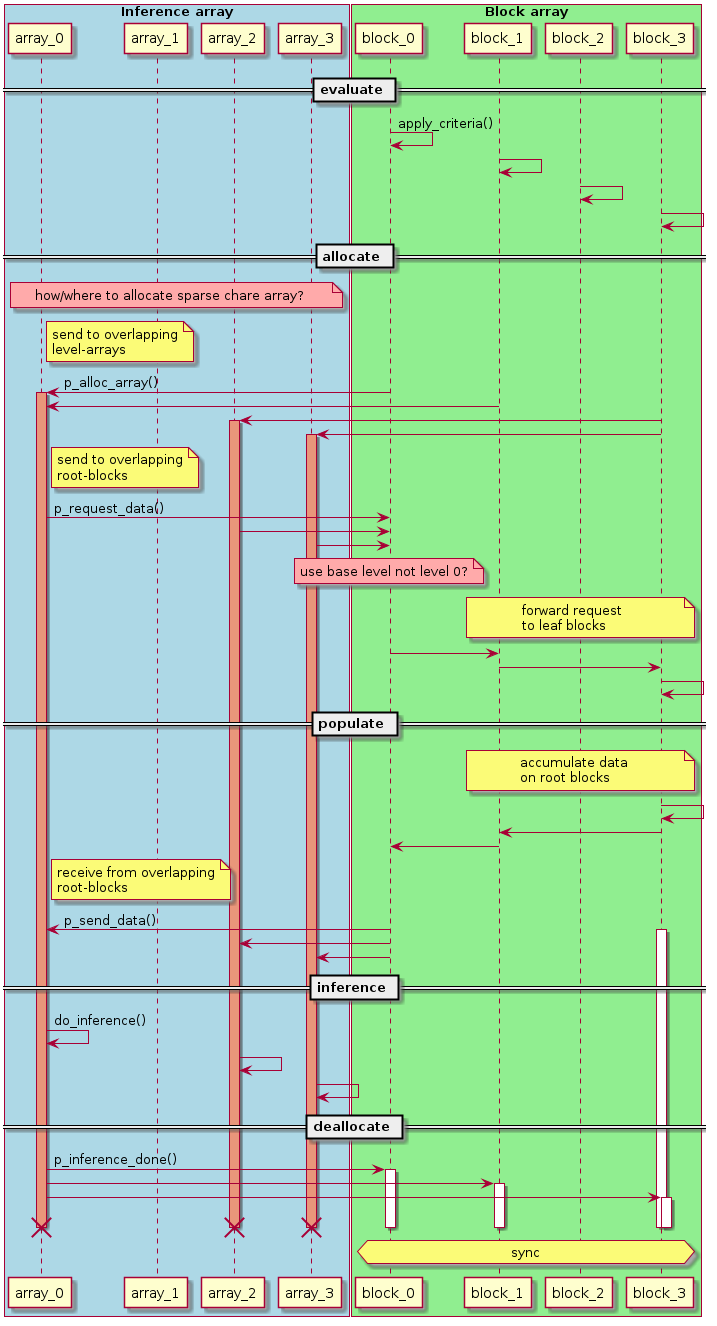
enzo-project/enzo-e keeps this PlantUML diagram as doc/source/design/inference-array.png. Above is the earlier version.
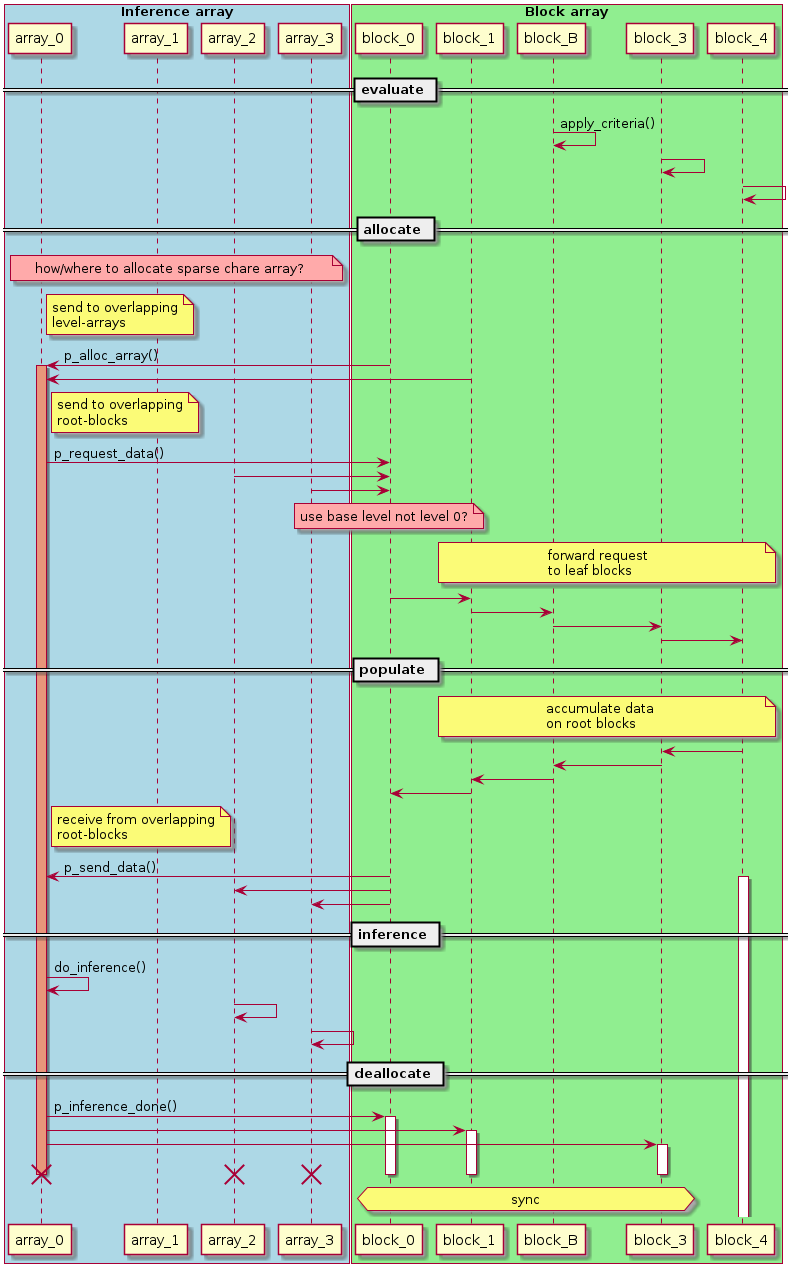
Above is the later version.

Diff of the diagram source:
```diff
@@ -10,16 +10,16 @@
 box "Block array" #LightGreen
 participant block_0 as b0
 participant block_1 as b1
-participant block_2 as b2
+participant block_B as bb
 participant block_3 as b3
+participant block_4 as b4
 end box
 
 == evaluate ==
 
-b0 -> b0 : apply_criteria()
-b1 -> b1
-b2 -> b2
+bb -> bb : apply_criteria()
 b3 -> b3
+b4 -> b4
 
 == allocate ==
 
@@ -30,11 +30,6 @@
 activate a0 #DarkSalmon
 b1 -> a0
 
-b3 -> a2
-activate a2 #DarkSalmon
-b3 -> a3
-activate a3 #DarkSalmon
-
 note right a0: send to overlapping\nroot-blocks
 a0 -> b0 : p_request_data()
 a2 -> b0
@@ -42,21 +37,23 @@
 
 note over b0 #FFAAAA: use base level not level 0?
 
-note over b1,b3: forward request \nto leaf blocks
+note over b1,b4: forward request \nto leaf blocks
 b0 -> b1
-b1 -> b3
-b3 -> b3
+b1 -> bb
+bb -> b3
+b3 -> b4
 == populate ==
 
-note over b1,b3: accumulate data\non root blocks
-b3 <- b3
-b1 <- b3
+note over b1,b4: accumulate data\non root blocks
+b3 <- b4
+bb <- b3
+b1 <- bb
 b0 <- b1
 
 note right a0: receive from overlapping\nroot-blocks
 b0 -> a0 : p_send_data()
 
-activate b3
+activate b4
 
 b0 -> a2
 b0 -> a3
```
